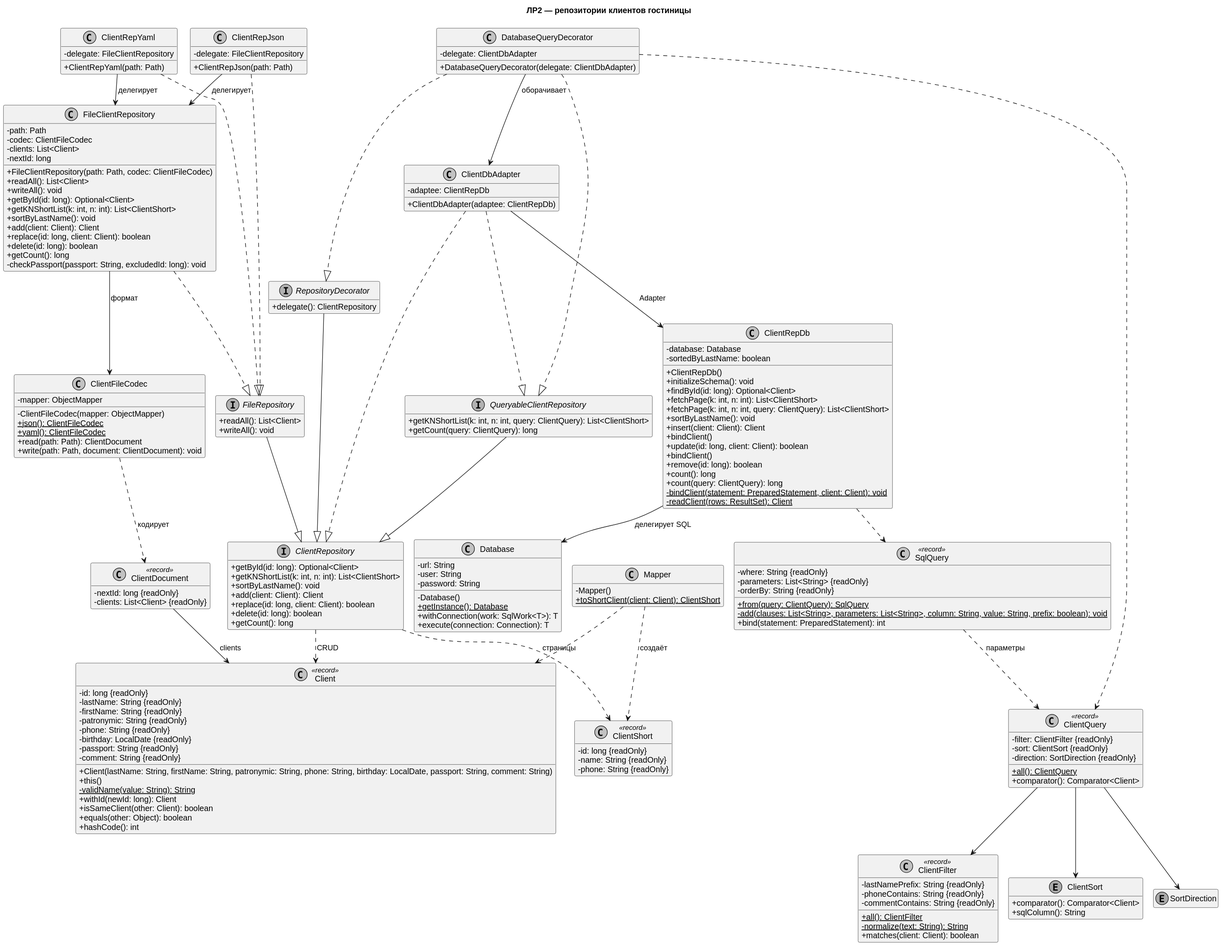
enteryourworld/information-system-design keeps this PlantUML diagram as лаб2/docs/class-diagram.svg. Above is the earlier version.
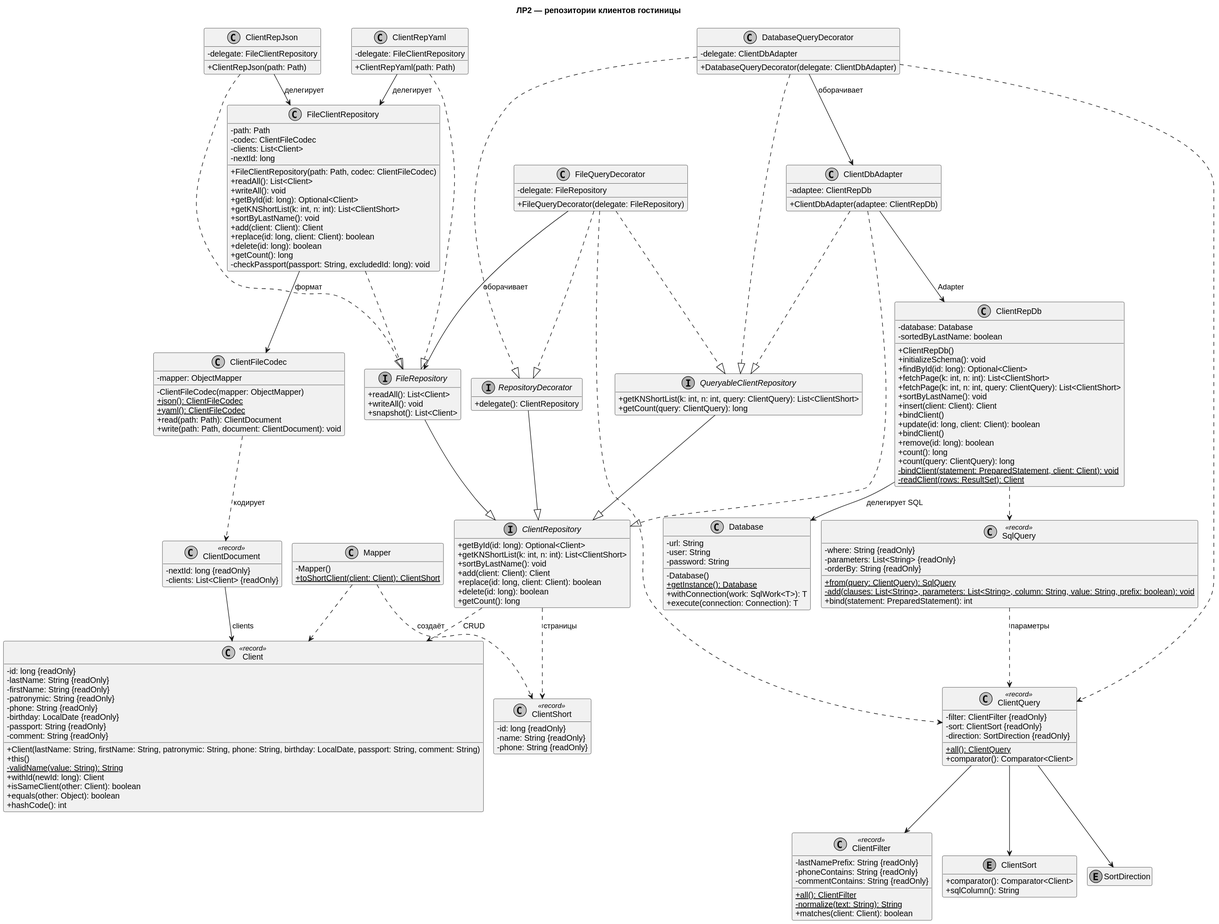
After the change.

Change to the diagram source:
```diff
@@ -145,9 +145,15 @@
   - checkPassport(passport: String, excludedId: long): void
 }
 
+class FileQueryDecorator {
+  - delegate: FileRepository
+  + FileQueryDecorator(delegate: FileRepository)
+}
+
 interface FileRepository {
   + readAll(): List<Client>
   + writeAll(): void
+  + snapshot(): List<Client>
 }
 
 class Mapper {
@@ -198,10 +204,14 @@
 DatabaseQueryDecorator ..|> QueryableClientRepository
 DatabaseQueryDecorator --> ClientDbAdapter : оборачивает
 ClientDbAdapter ..|> QueryableClientRepository
+FileQueryDecorator ..|> RepositoryDecorator
+FileQueryDecorator ..|> QueryableClientRepository
+FileQueryDecorator --> FileRepository : оборачивает
 ClientQuery --> ClientFilter
 ClientQuery --> ClientSort
 ClientQuery --> SortDirection
 SqlQuery ..> ClientQuery : параметры
 ClientRepDb ..> SqlQuery
 DatabaseQueryDecorator ..> ClientQuery
+FileQueryDecorator ..> ClientQuery
 @enduml
```
